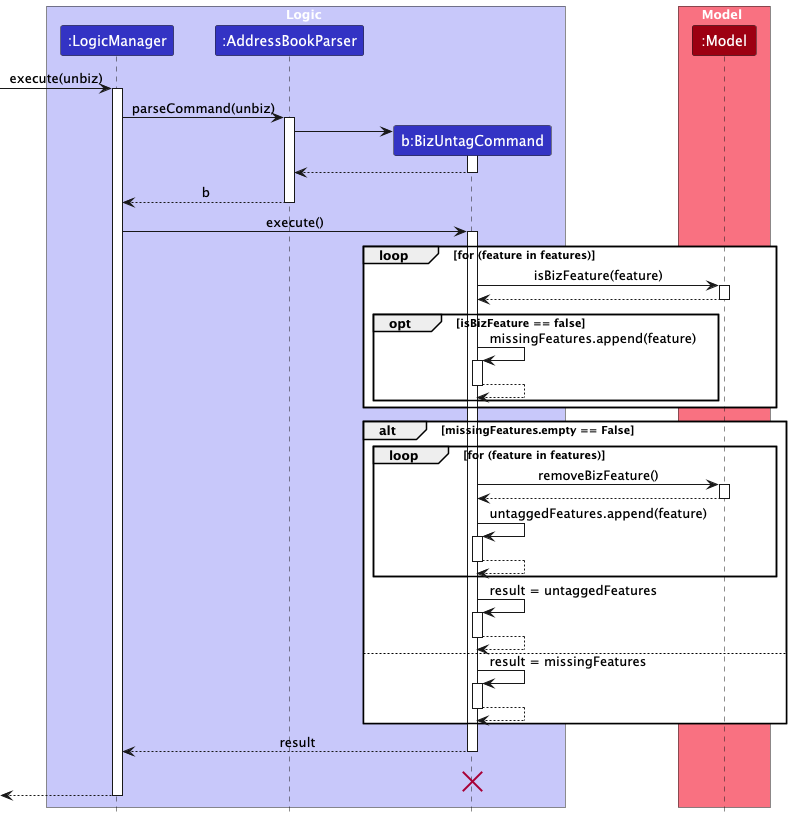
This is docs/images/UnbizSequenceDiagram.png from Habutiii/tp, a PlantUML export, as it was before one commit.
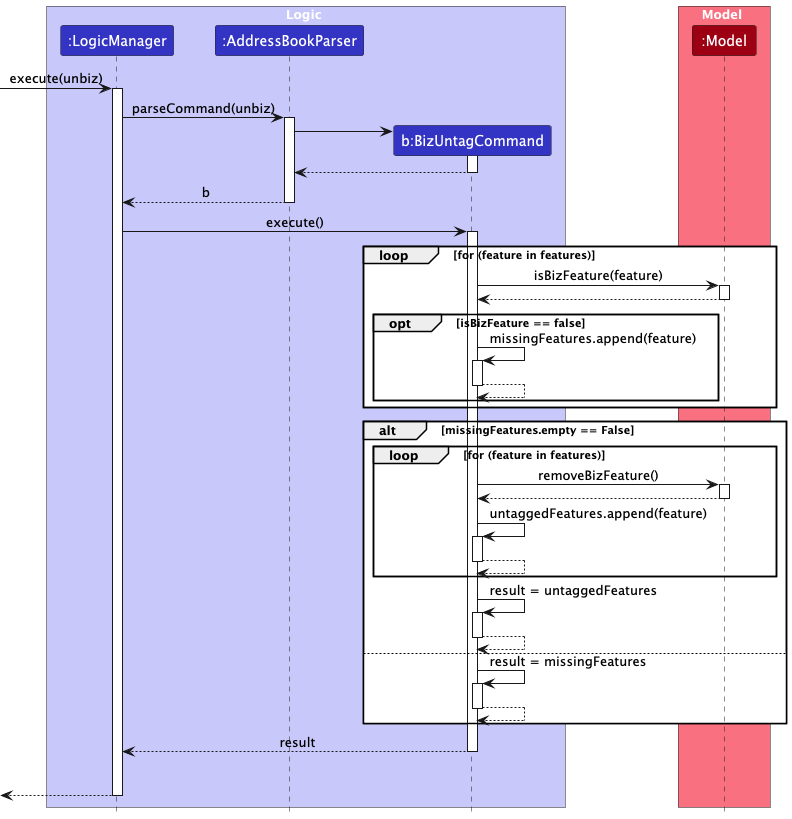
After the commit.

Commit message:
Remove destroy in Biz and Unbiz PUMLs for accuracy

Change to the diagram source:
```diff
@@ -80,7 +80,7 @@
 BizUntagCommand --> LogicManager : result
 deactivate BizUntagCommand
 BizUntagCommand -[hidden]-> LogicManager : result
-destroy BizUntagCommand
+
 
 [<--LogicManager
 deactivate LogicManager
```
